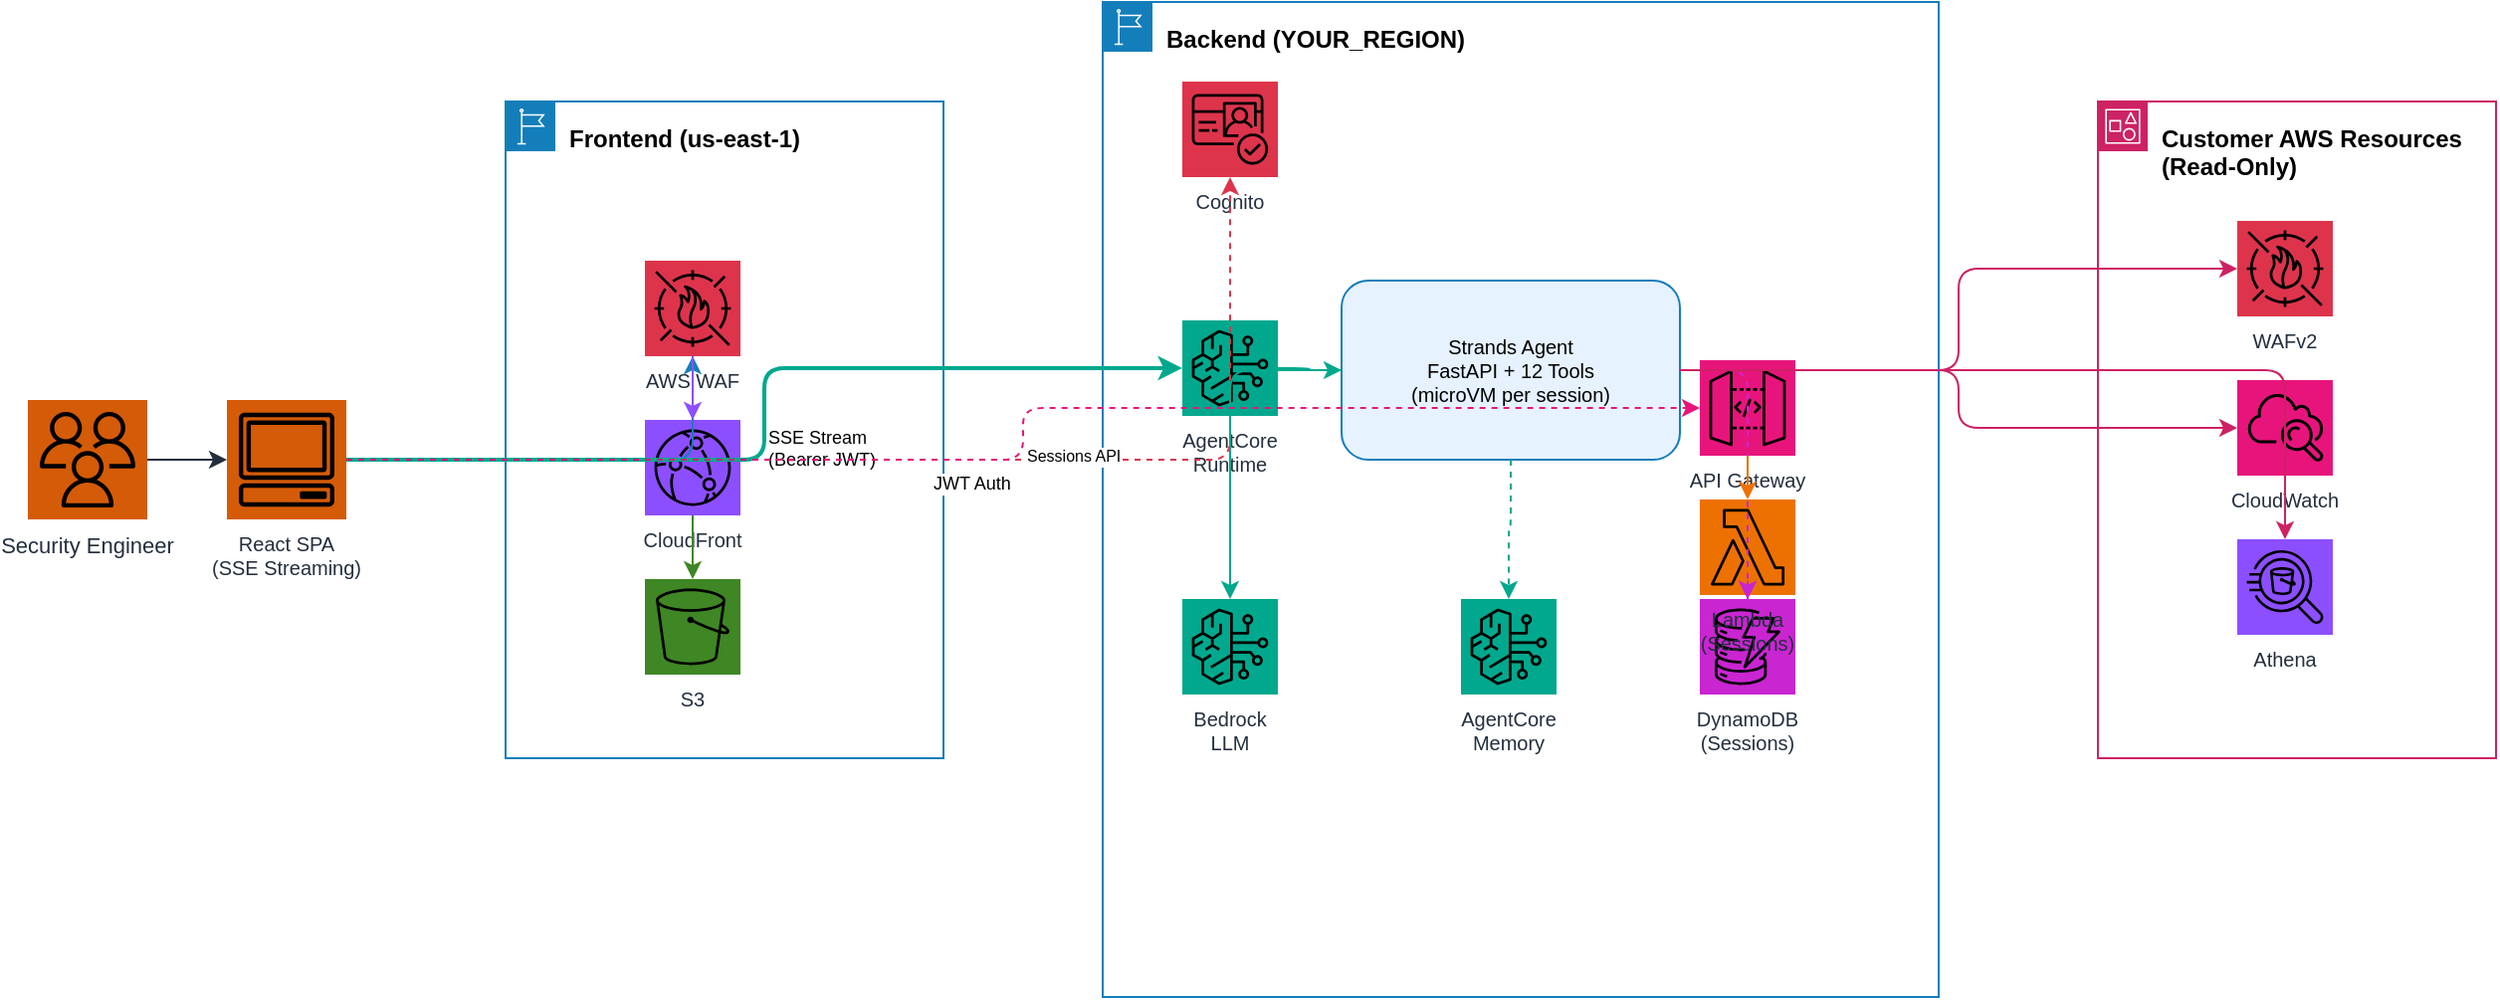
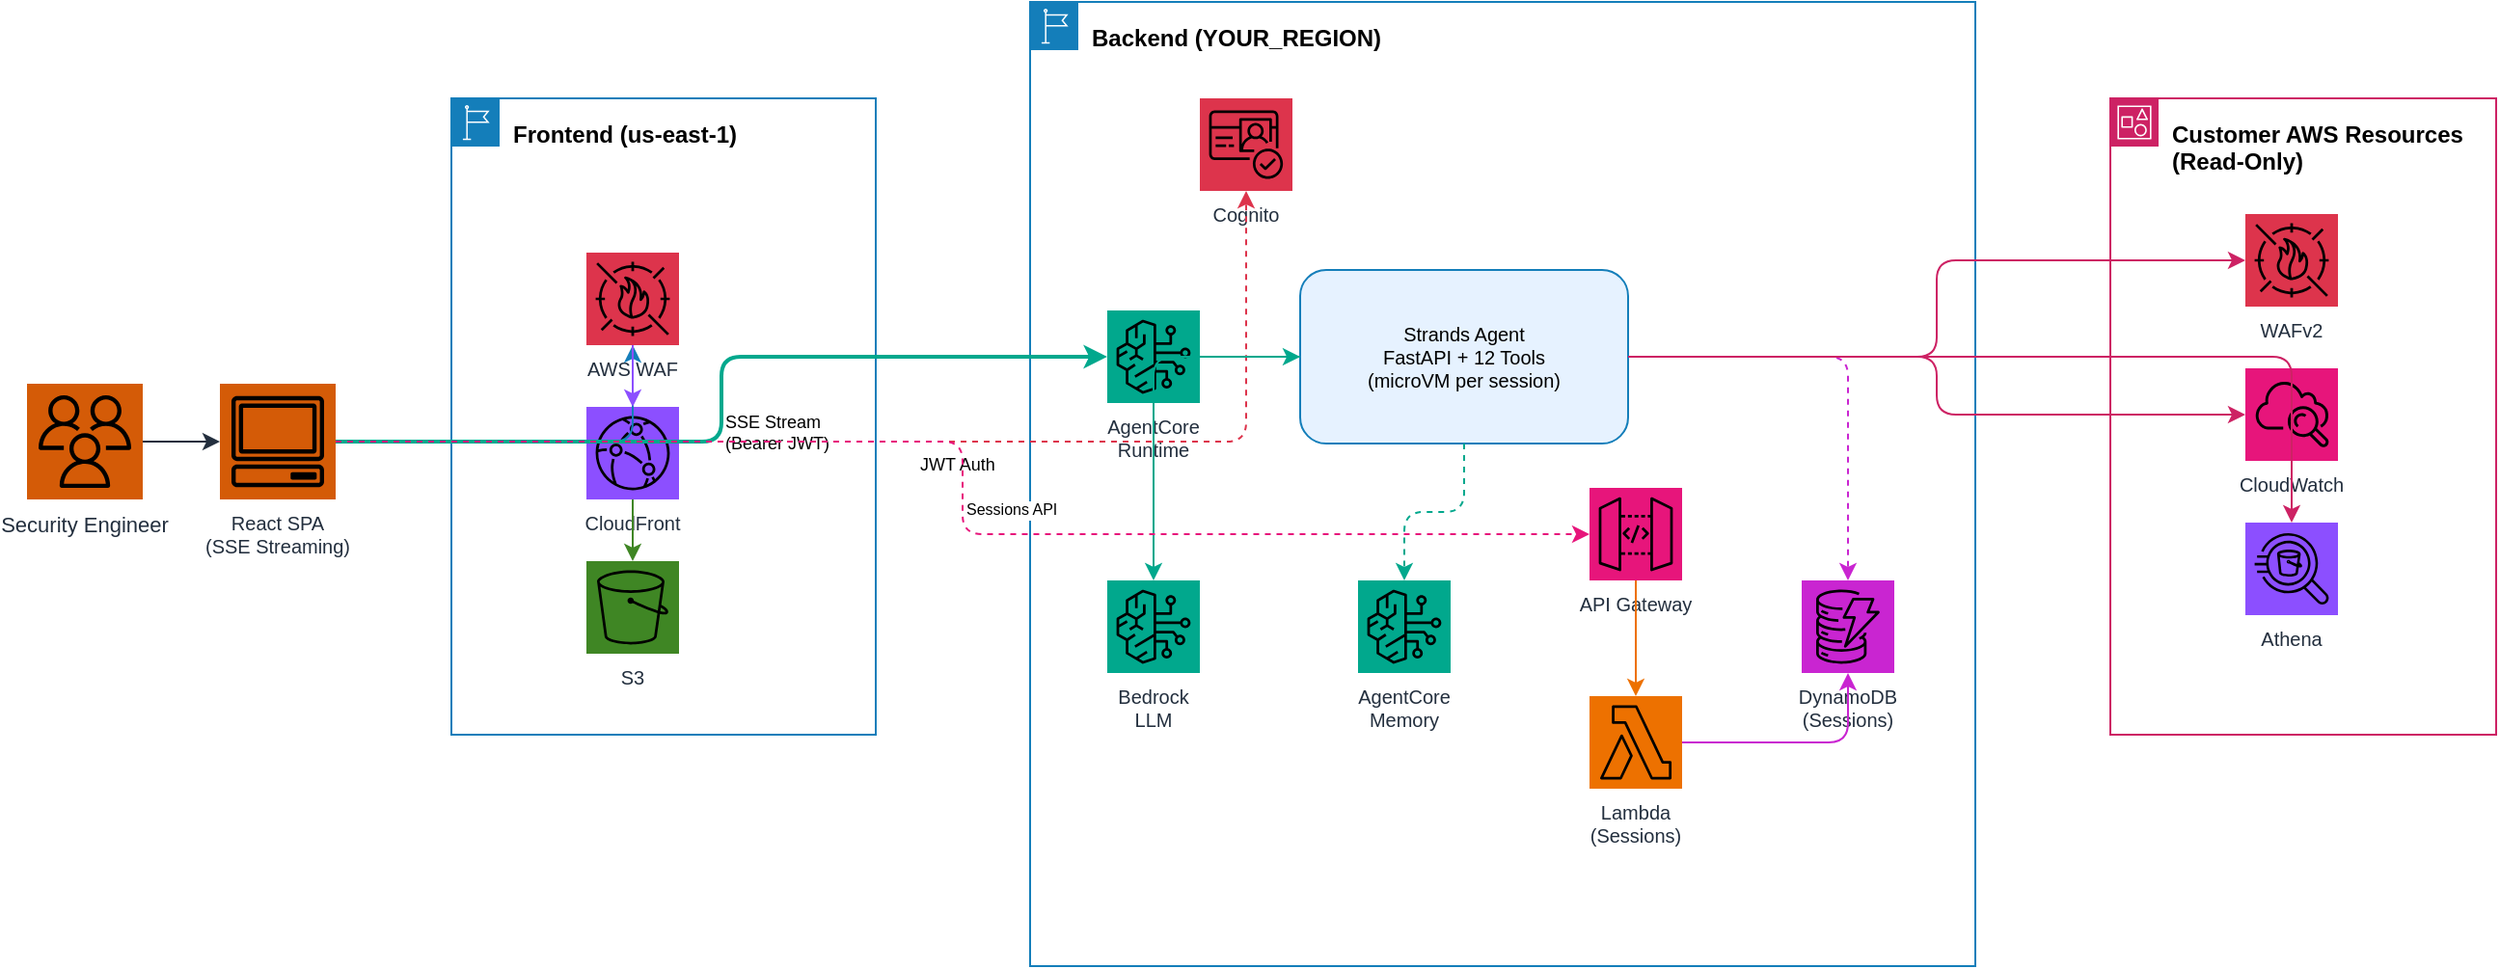
<mxfile host="app.diagrams.net" agent="WAF Agent">
  <diagram name="Architecture" id="arch-1">
-     <mxGraphModel dx="2162" dy="1188" grid="1" gridSize="10" guides="1" tooltips="1" connect="1" arrows="1" fold="1" page="1" pageScale="1" pageWidth="1600" pageHeight="1000" math="0" shadow="0">
+     <mxGraphModel dx="1081" dy="594" grid="1" gridSize="10" guides="1" tooltips="1" connect="1" arrows="1" fold="1" page="1" pageScale="1" pageWidth="1600" pageHeight="1000" math="0" shadow="0">
      <root>
        <mxCell id="0" />
        <mxCell id="1" parent="0" />
        <mxCell id="user" parent="1" style="outlineConnect=0;fontColor=#232F3E;gradientColor=none;strokeColor=none;fillColor=#D45B07;fontColor=#232F3E;align=center;strokeWidth=1;fontSize=11;fontStyle=0;shape=mxgraph.aws4.resourceIcon;resIcon=mxgraph.aws4.users;labelPosition=center;verticalLabelPosition=bottom;verticalAlign=top" value="Security Engineer" vertex="1">
-           <mxGeometry height="60" width="60" x="80" y="400" as="geometry" />
+           <mxGeometry height="60" width="60" x="100" y="398" as="geometry" />
        </mxCell>
        <mxCell id="browser" parent="1" style="outlineConnect=0;fontColor=#232F3E;gradientColor=none;strokeColor=none;fillColor=#D45B07;fontColor=#232F3E;align=center;strokeWidth=1;fontSize=10;fontStyle=0;shape=mxgraph.aws4.resourceIcon;resIcon=mxgraph.aws4.client;labelPosition=center;verticalLabelPosition=bottom;verticalAlign=top" value="React SPA&#xa;(SSE Streaming)" vertex="1">
-           <mxGeometry height="60" width="60" x="180" y="400" as="geometry" />
+           <mxGeometry height="60" width="60" x="200" y="398" as="geometry" />
        </mxCell>
        <mxCell id="fe-group" parent="1" style="points=[[0,0],[0.25,0],[0.5,0],[0.75,0],[1,0],[1,0.25],[1,0.5],[1,0.75],[1,1],[0.75,1],[0.5,1],[0.25,1],[0,1],[0,0.75],[0,0.5],[0,0.25]];outlineConnect=0;gradientColor=none;html=1;whiteSpace=wrap;fontSize=12;fontStyle=1;shape=mxgraph.aws4.group;grIcon=mxgraph.aws4.group_region;strokeColor=#147EBA;fillColor=none;verticalAlign=top;align=left;spacingLeft=30;spacingTop=5;dashed=0;" value="Frontend (us-east-1)" vertex="1">
          <mxGeometry height="330" width="220" x="320" y="250" as="geometry" />
        </mxCell>
        <mxCell id="waf-fe" parent="1" style="outlineConnect=0;fontColor=#232F3E;gradientColor=none;strokeColor=none;fillColor=#DD344C;align=center;strokeWidth=1;fontSize=10;fontStyle=0;shape=mxgraph.aws4.resourceIcon;resIcon=mxgraph.aws4.waf;verticalLabelPosition=bottom;verticalAlign=top" value="AWS WAF" vertex="1">
          <mxGeometry height="48" width="48" x="390" y="330" as="geometry" />
        </mxCell>
        <mxCell id="cf" parent="1" style="outlineConnect=0;fontColor=#232F3E;gradientColor=none;strokeColor=none;fillColor=#8C4FFF;align=center;strokeWidth=1;fontSize=10;fontStyle=0;shape=mxgraph.aws4.resourceIcon;resIcon=mxgraph.aws4.cloudfront;verticalLabelPosition=bottom;verticalAlign=top" value="CloudFront" vertex="1">
          <mxGeometry height="48" width="48" x="390" y="410" as="geometry" />
        </mxCell>
        <mxCell id="s3" parent="1" style="outlineConnect=0;fontColor=#232F3E;gradientColor=none;strokeColor=none;fillColor=#3F8624;align=center;strokeWidth=1;fontSize=10;fontStyle=0;shape=mxgraph.aws4.resourceIcon;resIcon=mxgraph.aws4.s3;verticalLabelPosition=bottom;verticalAlign=top" value="S3" vertex="1">
          <mxGeometry height="48" width="48" x="390" y="490" as="geometry" />
        </mxCell>
        <mxCell id="be-group" parent="1" style="points=[[0,0],[0.25,0],[0.5,0],[0.75,0],[1,0],[1,0.25],[1,0.5],[1,0.75],[1,1],[0.75,1],[0.5,1],[0.25,1],[0,1],[0,0.75],[0,0.5],[0,0.25]];outlineConnect=0;gradientColor=none;html=1;whiteSpace=wrap;fontSize=12;fontStyle=1;shape=mxgraph.aws4.group;grIcon=mxgraph.aws4.group_region;strokeColor=#147EBA;fillColor=none;verticalAlign=top;align=left;spacingLeft=30;spacingTop=5;dashed=0;" value="Backend (YOUR_REGION)" vertex="1">
-           <mxGeometry height="500" width="420" x="620" y="200" as="geometry" />
+           <mxGeometry height="500" width="490" x="620" y="200" as="geometry" />
        </mxCell>
        <mxCell id="cognito" parent="1" style="outlineConnect=0;fontColor=#232F3E;gradientColor=none;strokeColor=none;fillColor=#DD344C;align=center;strokeWidth=1;fontSize=10;fontStyle=0;shape=mxgraph.aws4.resourceIcon;resIcon=mxgraph.aws4.cognito;verticalLabelPosition=bottom;verticalAlign=top" value="Cognito" vertex="1">
-           <mxGeometry height="48" width="48" x="660" y="240" as="geometry" />
+           <mxGeometry height="48" width="48" x="708" y="250" as="geometry" />
        </mxCell>
        <mxCell id="ac" parent="1" style="outlineConnect=0;fontColor=#232F3E;gradientColor=none;strokeColor=none;fillColor=#01A88D;align=center;strokeWidth=1;fontSize=10;fontStyle=0;shape=mxgraph.aws4.resourceIcon;resIcon=mxgraph.aws4.bedrock;verticalLabelPosition=bottom;verticalAlign=top" value="AgentCore&#xa;Runtime" vertex="1">
          <mxGeometry height="48" width="48" x="660" y="360" as="geometry" />
        </mxCell>
        <mxCell id="agent-box" parent="1" style="rounded=1;whiteSpace=wrap;html=1;fillColor=#E6F2FF;strokeColor=#147EBA;fontSize=10;verticalAlign=middle;" value="Strands Agent&#xa;FastAPI + 12 Tools&#xa;(microVM per session)" vertex="1">
-           <mxGeometry height="90" width="170" x="740" y="340" as="geometry" />
+           <mxGeometry height="90" width="170" x="760" y="339" as="geometry" />
        </mxCell>
        <mxCell id="bedrock" parent="1" style="outlineConnect=0;fontColor=#232F3E;gradientColor=none;strokeColor=none;fillColor=#01A88D;align=center;strokeWidth=1;fontSize=10;fontStyle=0;shape=mxgraph.aws4.resourceIcon;resIcon=mxgraph.aws4.bedrock;verticalLabelPosition=bottom;verticalAlign=top" value="Bedrock&#xa;LLM" vertex="1">
          <mxGeometry height="48" width="48" x="660" y="500" as="geometry" />
        </mxCell>
        <mxCell id="memory" parent="1" style="outlineConnect=0;fontColor=#232F3E;gradientColor=none;strokeColor=none;fillColor=#01A88D;align=center;strokeWidth=1;fontSize=10;fontStyle=0;shape=mxgraph.aws4.resourceIcon;resIcon=mxgraph.aws4.bedrock;verticalLabelPosition=bottom;verticalAlign=top" value="AgentCore&#xa;Memory" vertex="1">
-           <mxGeometry height="48" width="48" x="800" y="500" as="geometry" />
+           <mxGeometry height="48" width="48" x="790" y="500" as="geometry" />
        </mxCell>
        <mxCell id="ddb" parent="1" style="outlineConnect=0;fontColor=#232F3E;gradientColor=none;strokeColor=none;fillColor=#C925D1;align=center;strokeWidth=1;fontSize=10;fontStyle=0;shape=mxgraph.aws4.resourceIcon;resIcon=mxgraph.aws4.dynamodb;verticalLabelPosition=bottom;verticalAlign=top" value="DynamoDB&#xa;(Sessions)" vertex="1">
-           <mxGeometry height="48" width="48" x="920" y="500" as="geometry" />
+           <mxGeometry height="48" width="48" x="1020" y="500" as="geometry" />
        </mxCell>
        <mxCell id="apigw" parent="1" style="outlineConnect=0;fontColor=#232F3E;gradientColor=none;strokeColor=none;fillColor=#E7157B;align=center;strokeWidth=1;fontSize=10;fontStyle=0;shape=mxgraph.aws4.resourceIcon;resIcon=mxgraph.aws4.api_gateway;verticalLabelPosition=bottom;verticalAlign=top" value="API Gateway" vertex="1">
-           <mxGeometry height="48" width="48" x="920" y="380" as="geometry" />
+           <mxGeometry height="48" width="48" x="910" y="452" as="geometry" />
        </mxCell>
        <mxCell id="lambda" parent="1" style="outlineConnect=0;fontColor=#232F3E;gradientColor=none;strokeColor=none;fillColor=#ED7100;align=center;strokeWidth=1;fontSize=10;fontStyle=0;shape=mxgraph.aws4.resourceIcon;resIcon=mxgraph.aws4.lambda;verticalLabelPosition=bottom;verticalAlign=top" value="Lambda&#xa;(Sessions)" vertex="1">
-           <mxGeometry height="48" width="48" x="920" y="450" as="geometry" />
+           <mxGeometry height="48" width="48" x="910" y="560" as="geometry" />
        </mxCell>
        <mxCell id="aws-group" parent="1" style="points=[[0,0],[0.25,0],[0.5,0],[0.75,0],[1,0],[1,0.25],[1,0.5],[1,0.75],[1,1],[0.75,1],[0.5,1],[0.25,1],[0,1],[0,0.75],[0,0.5],[0,0.25]];outlineConnect=0;gradientColor=none;html=1;whiteSpace=wrap;fontSize=12;fontStyle=1;shape=mxgraph.aws4.group;grIcon=mxgraph.aws4.group_account;strokeColor=#CD2264;fillColor=none;verticalAlign=top;align=left;spacingLeft=30;spacingTop=5;dashed=0;" value="Customer AWS Resources (Read-Only)" vertex="1">
-           <mxGeometry height="330" width="200" x="1120" y="250" as="geometry" />
+           <mxGeometry height="330" width="200" x="1180" y="250" as="geometry" />
        </mxCell>
        <mxCell id="wafv2" parent="1" style="outlineConnect=0;fontColor=#232F3E;gradientColor=none;strokeColor=none;fillColor=#DD344C;align=center;strokeWidth=1;fontSize=10;fontStyle=0;shape=mxgraph.aws4.resourceIcon;resIcon=mxgraph.aws4.waf;verticalLabelPosition=bottom;verticalAlign=top" value="WAFv2" vertex="1">
-           <mxGeometry height="48" width="48" x="1190" y="310" as="geometry" />
+           <mxGeometry height="48" width="48" x="1250" y="310" as="geometry" />
        </mxCell>
        <mxCell id="cw" parent="1" style="outlineConnect=0;fontColor=#232F3E;gradientColor=none;strokeColor=none;fillColor=#E7157B;align=center;strokeWidth=1;fontSize=10;fontStyle=0;shape=mxgraph.aws4.resourceIcon;resIcon=mxgraph.aws4.cloudwatch;verticalLabelPosition=bottom;verticalAlign=top" value="CloudWatch" vertex="1">
-           <mxGeometry height="48" width="48" x="1190" y="390" as="geometry" />
+           <mxGeometry height="48" width="48" x="1250" y="390" as="geometry" />
        </mxCell>
        <mxCell id="athena" parent="1" style="outlineConnect=0;fontColor=#232F3E;gradientColor=none;strokeColor=none;fillColor=#8C4FFF;align=center;strokeWidth=1;fontSize=10;fontStyle=0;shape=mxgraph.aws4.resourceIcon;resIcon=mxgraph.aws4.athena;verticalLabelPosition=bottom;verticalAlign=top" value="Athena" vertex="1">
-           <mxGeometry height="48" width="48" x="1190" y="470" as="geometry" />
+           <mxGeometry height="48" width="48" x="1250" y="470" as="geometry" />
        </mxCell>
        <mxCell id="e0" edge="1" parent="1" source="user" style="edgeStyle=orthogonalEdgeStyle;rounded=1;strokeColor=#232F3E;" target="browser">
          <mxGeometry relative="1" as="geometry" />
        </mxCell>
        <mxCell id="e1" edge="1" parent="1" source="browser" style="edgeStyle=orthogonalEdgeStyle;rounded=1;strokeColor=#147EBA;" target="waf-fe">
          <mxGeometry relative="1" as="geometry" />
        </mxCell>
        <mxCell id="e2" edge="1" parent="1" source="waf-fe" style="edgeStyle=orthogonalEdgeStyle;rounded=1;strokeColor=#8C4FFF;" target="cf">
          <mxGeometry relative="1" as="geometry" />
        </mxCell>
        <mxCell id="e3" edge="1" parent="1" source="cf" style="edgeStyle=orthogonalEdgeStyle;rounded=1;strokeColor=#3F8624;" target="s3">
          <mxGeometry relative="1" as="geometry" />
        </mxCell>
        <mxCell id="e4" edge="1" parent="1" source="browser" style="edgeStyle=orthogonalEdgeStyle;rounded=1;strokeColor=#DD344C;dashed=1;" target="cognito">
          <mxGeometry relative="1" as="geometry" />
        </mxCell>
        <mxCell id="e4-label" connectable="0" parent="e4" style="edgeLabel;html=1;fontSize=9;fillColor=none;" value="JWT Auth" vertex="1">
          <mxGeometry relative="1" as="geometry">
            <mxPoint as="offset" />
          </mxGeometry>
        </mxCell>
        <mxCell id="e5" edge="1" parent="1" source="browser" style="edgeStyle=orthogonalEdgeStyle;rounded=1;strokeColor=#01A88D;strokeWidth=2;" target="ac">
          <mxGeometry relative="1" as="geometry" />
        </mxCell>
        <mxCell id="e5-label" connectable="0" parent="e5" style="edgeLabel;html=1;fontSize=9;fillColor=none;" value="SSE Stream&#xa;(Bearer JWT)" vertex="1">
          <mxGeometry relative="1" as="geometry">
            <mxPoint as="offset" />
          </mxGeometry>
        </mxCell>
        <mxCell id="e6" edge="1" parent="1" source="ac" style="edgeStyle=orthogonalEdgeStyle;rounded=1;strokeColor=#01A88D;" target="agent-box">
          <mxGeometry relative="1" as="geometry" />
        </mxCell>
        <mxCell id="e7" edge="1" parent="1" source="agent-box" style="edgeStyle=orthogonalEdgeStyle;rounded=1;strokeColor=#01A88D;" target="bedrock">
          <mxGeometry relative="1" as="geometry" />
        </mxCell>
        <mxCell id="e8" edge="1" parent="1" source="agent-box" style="edgeStyle=orthogonalEdgeStyle;rounded=1;strokeColor=#01A88D;dashed=1;" target="memory">
          <mxGeometry relative="1" as="geometry" />
        </mxCell>
        <mxCell id="e8b" edge="1" parent="1" source="agent-box" style="edgeStyle=orthogonalEdgeStyle;rounded=1;strokeColor=#C925D1;dashed=1;" target="ddb">
          <mxGeometry relative="1" as="geometry" />
        </mxCell>
        <mxCell id="e8c" edge="1" parent="1" source="browser" style="edgeStyle=orthogonalEdgeStyle;rounded=1;strokeColor=#E7157B;dashed=1;" target="apigw">
          <mxGeometry relative="1" as="geometry" />
        </mxCell>
        <mxCell id="e8c-label" connectable="0" parent="e8c" style="edgeLabel;html=1;fontSize=8;fillColor=none;" value="Sessions API" vertex="1">
-           <mxGeometry relative="1" as="geometry"><mxPoint as="offset" /></mxGeometry>
+           <mxGeometry relative="1" as="geometry">
+             <mxPoint as="offset" />
+           </mxGeometry>
        </mxCell>
        <mxCell id="e8d" edge="1" parent="1" source="apigw" style="edgeStyle=orthogonalEdgeStyle;rounded=1;strokeColor=#ED7100;" target="lambda">
          <mxGeometry relative="1" as="geometry" />
        </mxCell>
        <mxCell id="e8e" edge="1" parent="1" source="lambda" style="edgeStyle=orthogonalEdgeStyle;rounded=1;strokeColor=#C925D1;" target="ddb">
          <mxGeometry relative="1" as="geometry" />
        </mxCell>
        <mxCell id="e9" edge="1" parent="1" source="agent-box" style="edgeStyle=orthogonalEdgeStyle;rounded=1;strokeColor=#CD2264;" target="wafv2">
          <mxGeometry relative="1" as="geometry" />
        </mxCell>
        <mxCell id="e10" edge="1" parent="1" source="agent-box" style="edgeStyle=orthogonalEdgeStyle;rounded=1;strokeColor=#CD2264;" target="cw">
          <mxGeometry relative="1" as="geometry" />
        </mxCell>
        <mxCell id="e11" edge="1" parent="1" source="agent-box" style="edgeStyle=orthogonalEdgeStyle;rounded=1;strokeColor=#CD2264;" target="athena">
          <mxGeometry relative="1" as="geometry" />
        </mxCell>
      </root>
    </mxGraphModel>
  </diagram>
</mxfile>
